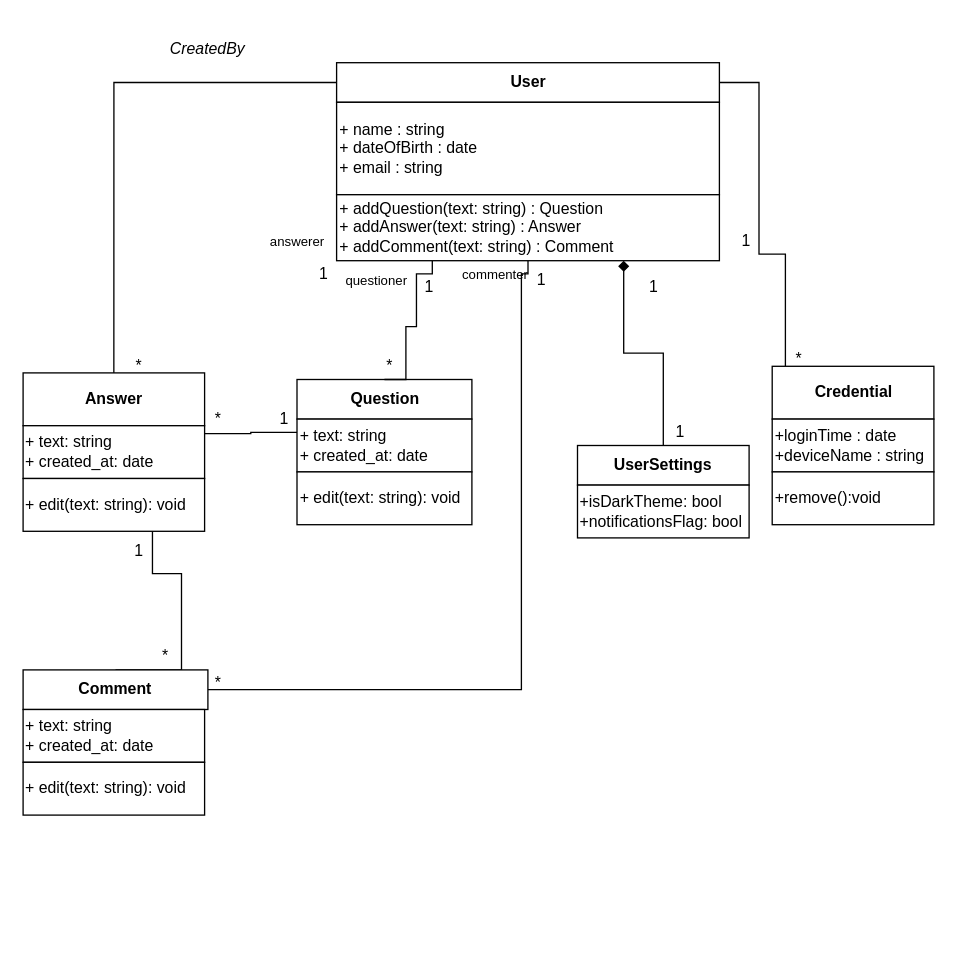
The draw.io diagram Projecting of IS/Untitled Diagram.drawio in Noderoid64/Study, before the edit. Source tidied: cells renumbered, new cells numbered last; positions are measured from the earlier drawing's top-left corner, leaving out a move shared by most shapes. Both pictures are drawn from the tidied source at 132%, with x=0, y=0 at pixel (22, 36).
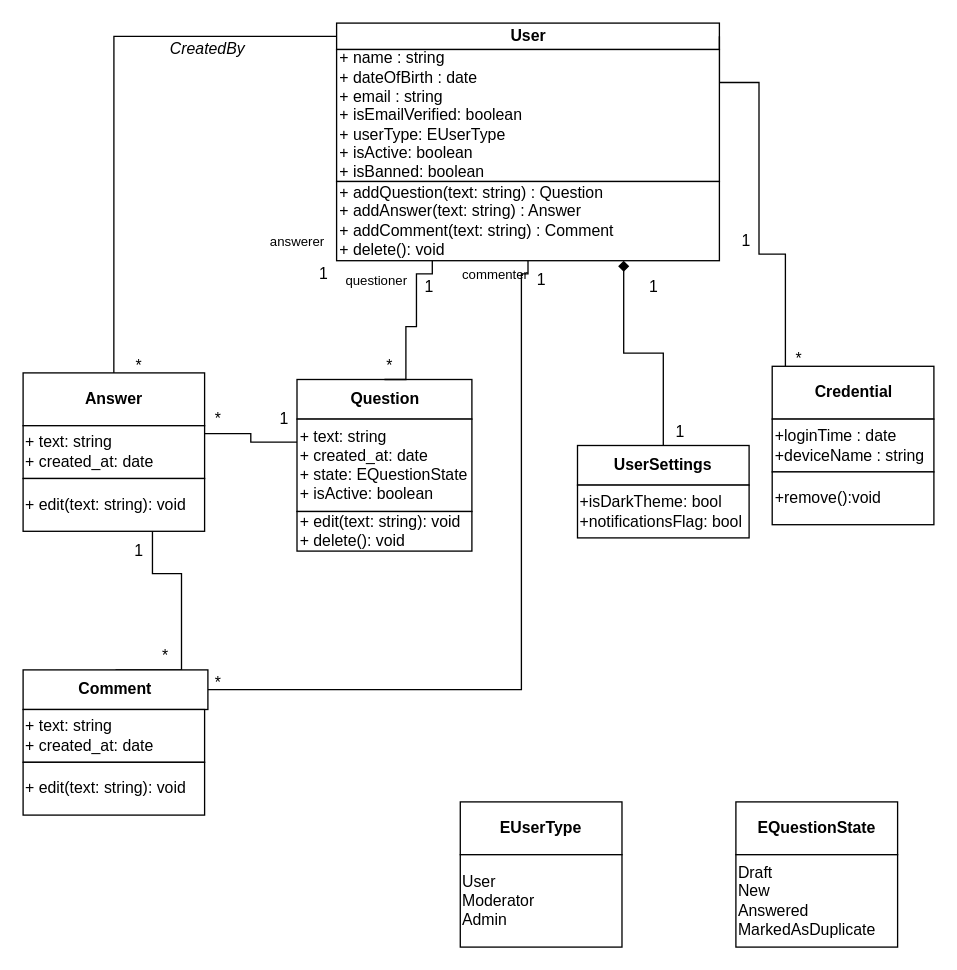
After the change.

What changed in the source:
```diff
@@
     <mxCell id="4" value="&lt;b&gt;User&lt;/b&gt;" style="rounded=0;whiteSpace=wrap;html=1;" parent="1" vertex="1">
-      <mxGeometry x="237.5" y="20" width="290" height="30" as="geometry" />
+      <mxGeometry x="237.5" y="-10" width="290" height="20" as="geometry" />
     </mxCell>
@@
-    <mxCell id="35" value="+ name : string&lt;br&gt;+ dateOfBirth : date&lt;br&gt;+ email : string" style="rounded=0;whiteSpace=wrap;html=1;align=left;" parent="1" vertex="1">
-      <mxGeometry x="237.5" y="50" width="290" height="70" as="geometry" />
+    <mxCell id="35" value="+ name : string&lt;br&gt;+ dateOfBirth : date&lt;br&gt;+ email : string&lt;br&gt;+ isEmailVerified: boolean&lt;br&gt;+ userType: EUserType&lt;br&gt;+ isActive: boolean&lt;br&gt;+ isBanned: boolean" style="rounded=0;whiteSpace=wrap;html=1;align=left;" parent="1" vertex="1">
+      <mxGeometry x="237.5" y="10" width="290" height="100" as="geometry" />
     </mxCell>
@@
-    <mxCell id="38" value="+ text: string&lt;br&gt;+ created_at: date" style="rounded=0;whiteSpace=wrap;html=1;align=left;" parent="1" vertex="1">
-      <mxGeometry x="207.5" y="290" width="132.5" height="40" as="geometry" />
+    <mxCell id="38" value="+ text: string&lt;br&gt;+ created_at: date&lt;br&gt;+ state: EQuestionState&lt;br&gt;+ isActive: boolean" style="rounded=0;whiteSpace=wrap;html=1;align=left;" parent="1" vertex="1">
+      <mxGeometry x="207.5" y="290" width="132.5" height="70" as="geometry" />
     </mxCell>
-    <mxCell id="39" value="+ addQuestion(text: string) : Question&lt;br&gt;+ addAnswer(text: string) : Answer&lt;br&gt;+ addComment(text: string) : Comment" style="rounded=0;whiteSpace=wrap;html=1;align=left;" parent="1" vertex="1">
-      <mxGeometry x="237.5" y="120" width="290" height="50" as="geometry" />
+    <mxCell id="39" value="+ addQuestion(text: string) : Question&lt;br&gt;+ addAnswer(text: string) : Answer&lt;br&gt;+ addComment(text: string) : Comment&lt;br&gt;+ delete(): void" style="rounded=0;whiteSpace=wrap;html=1;align=left;" parent="1" vertex="1">
+      <mxGeometry x="237.5" y="110" width="290" height="60" as="geometry" />
     </mxCell>
@@
-    <mxCell id="43" value="+ edit(text: string): void" style="rounded=0;whiteSpace=wrap;html=1;align=left;" parent="1" vertex="1">
-      <mxGeometry x="207.5" y="330" width="132.5" height="40" as="geometry" />
+    <mxCell id="43" value="+ edit(text: string): void&lt;br&gt;+ delete(): void" style="rounded=0;whiteSpace=wrap;html=1;align=left;" parent="1" vertex="1">
+      <mxGeometry x="207.5" y="360" width="132.5" height="30" as="geometry" />
     </mxCell>
@@
+    <mxCell id="45" value="&lt;b&gt;EUserType&lt;/b&gt;" style="rounded=0;whiteSpace=wrap;html=1;" parent="1" vertex="1">
+      <mxGeometry x="331.2" y="580" width="122.5" height="40" as="geometry" />
+    </mxCell>
+    <mxCell id="46" value="User&lt;br&gt;Moderator&lt;br&gt;Admin" style="rounded=0;whiteSpace=wrap;html=1;align=left;" parent="1" vertex="1">
+      <mxGeometry x="331.2" y="620" width="122.5" height="70" as="geometry" />
+    </mxCell>
+    <mxCell id="47" value="&lt;b&gt;EQuestionState&lt;/b&gt;" style="rounded=0;whiteSpace=wrap;html=1;" parent="1" vertex="1">
+      <mxGeometry x="540" y="580" width="122.5" height="40" as="geometry" />
+    </mxCell>
+    <mxCell id="48" value="Draft&lt;br&gt;New&lt;br&gt;Answered&lt;br&gt;MarkedAsDuplicate" style="rounded=0;whiteSpace=wrap;html=1;align=left;" parent="1" vertex="1">
+      <mxGeometry x="540" y="620" width="122.5" height="70" as="geometry" />
+    </mxCell>
```
